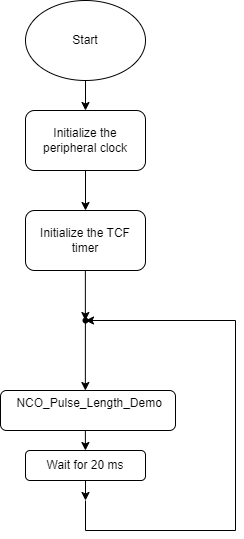
Above: images/ncoPlFlowchart.png in microchip-pic-avr-examples/avr16eb32-getting-started-with-tcf-mplab-bare-metal (draw.io), before the change. Source tidied: cells renumbered, new cells last; positions are measured from the earlier drawing's top-left corner, leaving out a move shared by most shapes.
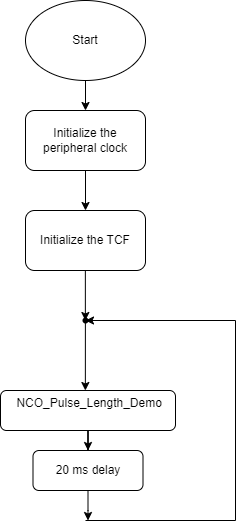
After the change.

The edit, as a diff of the source:
```diff
@@ -14,9 +14,12 @@
     <mxCell id="5" value="Initialize the peripheral clock" style="rounded=1;whiteSpace=wrap;html=1;" parent="1" vertex="1">
       <mxGeometry x="25" y="110" width="120" height="60" as="geometry" />
     </mxCell>
-    <mxCell id="6" value="Initialize the TCF timer" style="rounded=1;whiteSpace=wrap;html=1;" parent="1" vertex="1">
+    <mxCell id="6" value="Initialize the TCF" style="rounded=1;whiteSpace=wrap;html=1;" parent="1" vertex="1">
       <mxGeometry x="25" y="210" width="120" height="60" as="geometry" />
     </mxCell>
+    <mxCell id="16" style="edgeStyle=orthogonalEdgeStyle;rounded=0;jettySize=auto;html=1;" parent="1" edge="1" source="7" target="18">
+      <mxGeometry relative="1" as="geometry" />
+    </mxCell>
     <mxCell id="7" value="&lt;div&gt;&amp;nbsp;NCO_Pulse_Length_Demo&lt;/div&gt;&lt;div&gt;&lt;br&gt;&lt;/div&gt;" style="rounded=1;whiteSpace=wrap;html=1;" parent="1" vertex="1">
       <mxGeometry y="390" width="175" height="40" as="geometry" />
     </mxCell>
@@ -32,11 +35,6 @@
         <mxPoint x="84.9" y="390" as="targetPoint" />
       </mxGeometry>
     </mxCell>
-    <mxCell id="10" style="endArrow=classic;html=1;rounded=0;" parent="1" edge="1" source="15">
-      <mxGeometry relative="1" as="geometry">
-        <mxPoint x="85" y="500" as="targetPoint" />
-      </mxGeometry>
-    </mxCell>
     <mxCell id="11" style="endArrow=classic;html=1;rounded=0;edgeStyle=orthogonalEdgeStyle;" parent="1" edge="1" source="13">
       <mxGeometry relative="1" as="geometry">
         <mxPoint x="85" y="320" as="targetPoint" />
@@ -44,10 +42,10 @@
     </mxCell>
     <mxCell id="12" style="endArrow=classic;html=1;rounded=0;edgeStyle=orthogonalEdgeStyle;" parent="1" edge="1" target="13">
       <mxGeometry relative="1" as="geometry">
-        <mxPoint x="85" y="500" as="sourcePoint" />
+        <mxPoint x="85" y="520" as="sourcePoint" />
         <Array as="points">
-          <mxPoint x="85" y="530" />
-          <mxPoint x="235" y="530" />
+          <mxPoint x="85" y="520" />
+          <mxPoint x="235" y="520" />
           <mxPoint x="235" y="320" />
         </Array>
       </mxGeometry>
@@ -55,13 +53,13 @@
     <mxCell id="13" style="shape=waypoint;sketch=0;fillStyle=solid;size=6;points=[];fillColor=none;perimeter=centerPerimeter;snapToPoint=1;" parent="1" vertex="1">
       <mxGeometry x="75" y="310" width="20" height="20" as="geometry" />
     </mxCell>
-    <mxCell id="14" style="endArrow=classic;html=1;rounded=0;" parent="1" edge="1" target="15">
-      <mxGeometry relative="1" as="geometry">
-        <mxPoint x="84.9" y="430" as="sourcePoint" />
-      </mxGeometry>
-    </mxCell>
-    <mxCell id="15" value="Wait for 20 ms" style="rounded=1;whiteSpace=wrap;html=1;" parent="1" vertex="1">
-      <mxGeometry x="25" y="450" width="120" height="30" as="geometry" />
-    </mxCell>
+    <mxCell id="17" style="edgeStyle=orthogonalEdgeStyle;rounded=0;jettySize=auto;html=1;" parent="1" edge="1" source="18">
+      <mxGeometry relative="1" as="geometry">
+        <mxPoint x="87.5" y="520" as="targetPoint" />
+      </mxGeometry>
+    </mxCell>
+    <mxCell id="18" value="20 ms delay" style="rounded=1;whiteSpace=wrap;html=1;" parent="1" vertex="1">
+      <mxGeometry x="32.5" y="450" width="110" height="40" as="geometry" />
+    </mxCell>
   </root>
 </mxGraphModel>
```
